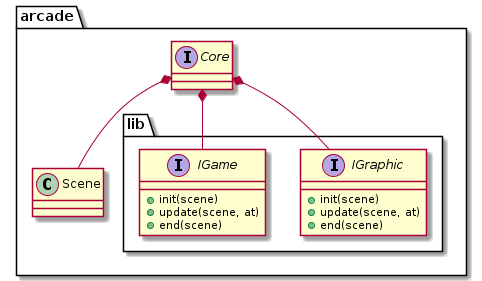
Before: doc/core.png, a diagram exported from PlantUML (Pebloop/Arcade-Toulouse). The source it was exported from:
```plantuml
@startuml core

set namespaceSeparator ::

namespace arcade {
    interface Core

    namespace lib {
        interface IGraphic {
            + init(scene)
            + update(scene, at)
            + end(scene)
        }

        interface IGame {
            + init(scene)
            + update(scene, at)
            + end(scene)
        }

    }

    class Scene

    arcade::lib::IGraphic -up-* arcade::Core
    arcade::lib::IGame -up-* arcade::Core
    arcade::Scene -up-* arcade::Core

}

@enduml
```
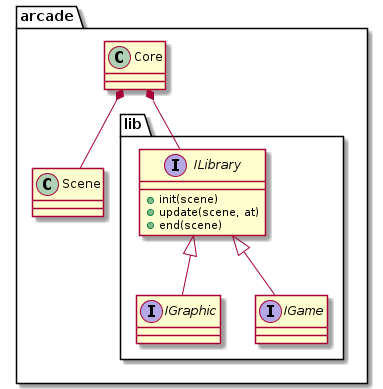
Above is the later version.

The edit, as a diff of the source:
```diff
@@ -3,27 +3,29 @@
 set namespaceSeparator ::
 
 namespace arcade {
-    interface Core
+    class Core
 
     namespace lib {
-        interface IGraphic {
+
+        interface ILibrary {
             + init(scene)
             + update(scene, at)
             + end(scene)
         }
 
+        interface IGraphic {
+        }
+
         interface IGame {
-            + init(scene)
-            + update(scene, at)
-            + end(scene)
         }
 
     }
 
     class Scene
 
-    arcade::lib::IGraphic -up-* arcade::Core
-    arcade::lib::IGame -up-* arcade::Core
+    arcade::lib::ILibrary -up-* arcade::Core
+    arcade::lib::IGraphic -up-|> arcade::lib::ILibrary
+    arcade::lib::IGame -up-|> arcade::lib::ILibrary
     arcade::Scene -up-* arcade::Core
 
 }
```
